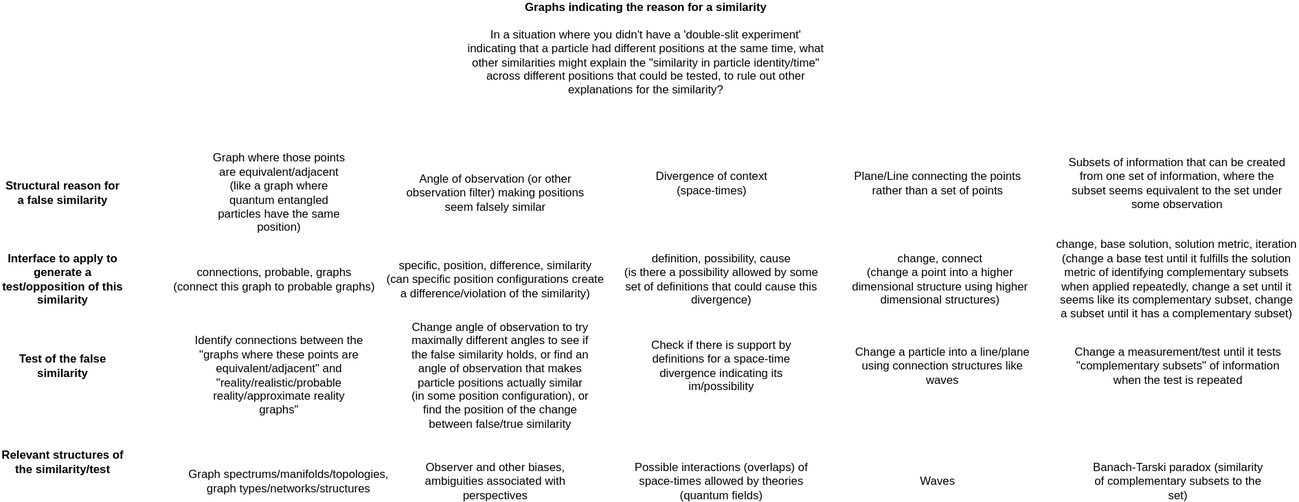
Above: docs/objects/cross_interface_graph_example.drawio.svg in outdreamer/build-a-cure (draw.io), before the change. Source tidied: cells renumbered, new cells last; positions are measured from the earlier drawing's top-left corner, leaving out a move shared by most shapes.
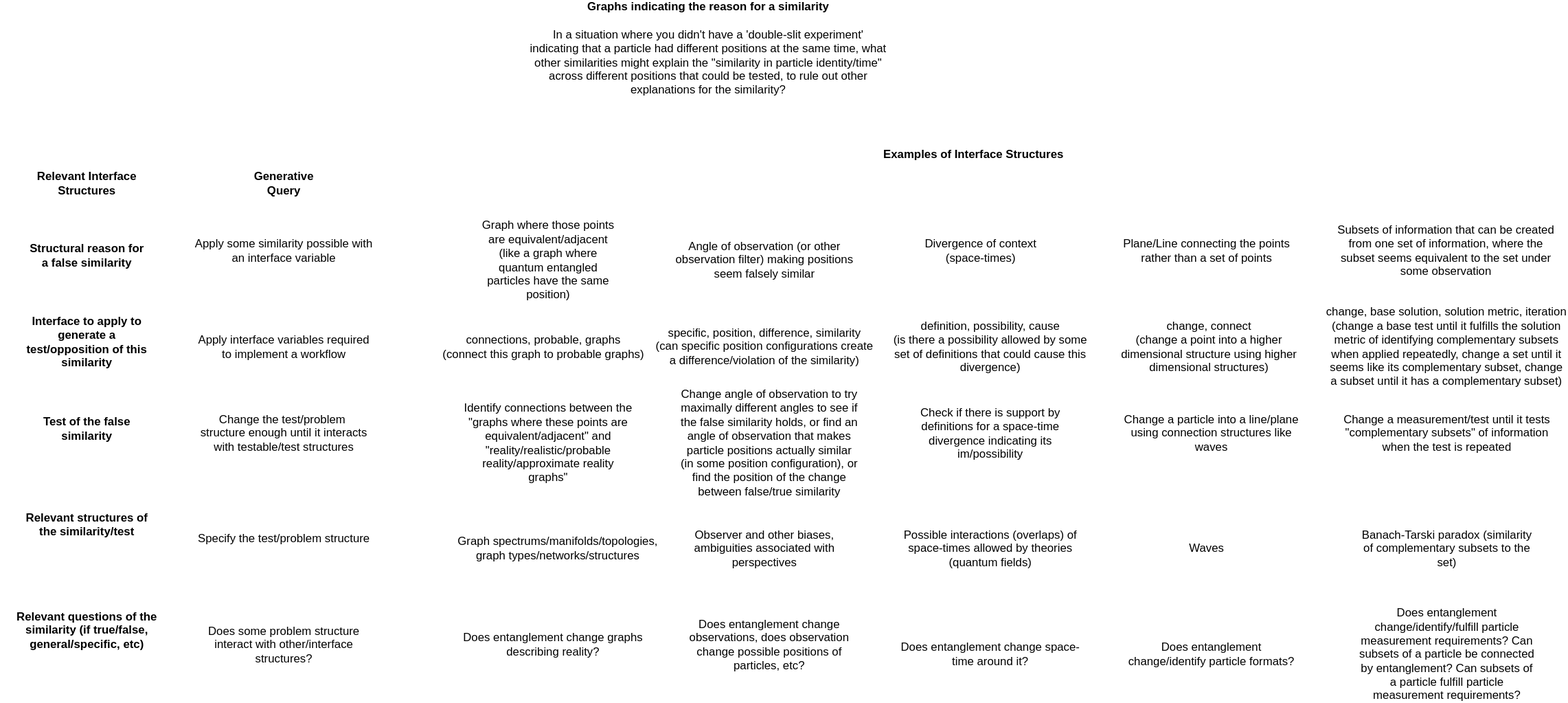
Later version of the same file.

The edit, as a diff of the source:
```diff
@@ -3,7 +3,7 @@
     <mxCell id="0" />
     <mxCell id="1" parent="0" />
     <mxCell id="2" value="&lt;b&gt;Graphs indicating the reason for a similarity&lt;br&gt;&lt;/b&gt;&lt;br&gt;In a situation where you didn't have a 'double-slit experiment' indicating that a particle had different positions at the same time, what other similarities might explain the &quot;similarity in particle identity/time&quot; across different positions that could be tested, to rule out other explanations for the similarity?" style="text;html=1;strokeColor=none;fillColor=none;align=center;verticalAlign=middle;whiteSpace=wrap;rounded=0;" parent="1" vertex="1">
-      <mxGeometry x="483" width="377" height="30" as="geometry" />
+      <mxGeometry x="268" y="-70" width="377" height="30" as="geometry" />
     </mxCell>
     <mxCell id="3" value="Angle of observation (or other observation filter) making positions seem falsely similar" style="text;html=1;strokeColor=none;fillColor=none;align=center;verticalAlign=middle;whiteSpace=wrap;rounded=0;" parent="1" vertex="1">
       <mxGeometry x="420" y="150" width="190" height="30" as="geometry" />
@@ -18,10 +18,10 @@
       <mxGeometry x="1108.8" y="140" width="230" height="30" as="geometry" />
     </mxCell>
     <mxCell id="7" value="&lt;b&gt;Structural reason for a false similarity&lt;/b&gt;" style="text;html=1;strokeColor=none;fillColor=none;align=center;verticalAlign=middle;whiteSpace=wrap;rounded=0;" parent="1" vertex="1">
-      <mxGeometry y="150" width="130" height="30" as="geometry" />
+      <mxGeometry x="-255" y="145" width="130" height="30" as="geometry" />
     </mxCell>
     <mxCell id="8" value="&lt;b&gt;Test of the false similarity&lt;/b&gt;" style="text;html=1;strokeColor=none;fillColor=none;align=center;verticalAlign=middle;whiteSpace=wrap;rounded=0;" parent="1" vertex="1">
-      <mxGeometry y="330" width="130" height="30" as="geometry" />
+      <mxGeometry x="-255" y="325" width="130" height="30" as="geometry" />
     </mxCell>
     <mxCell id="9" value="Change angle of observation to try maximally different angles to see if the false similarity holds, or find an angle of observation that makes particle positions actually similar (in some position configuration), or find the position of the change between false/true similarity" style="text;html=1;strokeColor=none;fillColor=none;align=center;verticalAlign=middle;whiteSpace=wrap;rounded=0;" parent="1" vertex="1">
       <mxGeometry x="425" y="340" width="190" height="30" as="geometry" />
@@ -42,7 +42,7 @@
       <mxGeometry x="200" y="340" width="180" height="30" as="geometry" />
     </mxCell>
     <mxCell id="15" value="&lt;b&gt;Interface to apply to generate a test/opposition of this similarity&lt;/b&gt;" style="text;html=1;strokeColor=none;fillColor=none;align=center;verticalAlign=middle;whiteSpace=wrap;rounded=0;" parent="1" vertex="1">
-      <mxGeometry y="240" width="130" height="30" as="geometry" />
+      <mxGeometry x="-255" y="235" width="130" height="30" as="geometry" />
     </mxCell>
     <mxCell id="16" value="connections, probable, graphs&lt;br&gt;(connect this graph to probable graphs)" style="text;html=1;strokeColor=none;fillColor=none;align=center;verticalAlign=middle;whiteSpace=wrap;rounded=0;" parent="1" vertex="1">
       <mxGeometry x="170" y="240" width="230" height="30" as="geometry" />
@@ -60,7 +60,7 @@
       <mxGeometry x="1097.5" y="240" width="252.5" height="30" as="geometry" />
     </mxCell>
     <mxCell id="21" value="&lt;b&gt;Relevant structures of the similarity/test&lt;/b&gt;" style="text;html=1;strokeColor=none;fillColor=none;align=center;verticalAlign=middle;whiteSpace=wrap;rounded=0;" parent="1" vertex="1">
-      <mxGeometry y="430" width="130" height="30" as="geometry" />
+      <mxGeometry x="-255" y="425" width="130" height="30" as="geometry" />
     </mxCell>
     <mxCell id="22" value="Waves" style="text;html=1;strokeColor=none;fillColor=none;align=center;verticalAlign=middle;whiteSpace=wrap;rounded=0;" parent="1" vertex="1">
       <mxGeometry x="880" y="450" width="190" height="30" as="geometry" />
@@ -77,5 +77,47 @@
     <mxCell id="26" value="Graph spectrums/manifolds/topologies,&lt;br&gt;graph types/networks/structures" style="text;html=1;strokeColor=none;fillColor=none;align=center;verticalAlign=middle;whiteSpace=wrap;rounded=0;" parent="1" vertex="1">
       <mxGeometry x="190" y="450" width="220" height="30" as="geometry" />
     </mxCell>
+    <mxCell id="27" value="&lt;b&gt;Relevant questions of the similarity (if true/false, general/specific, etc)&lt;/b&gt;" style="text;html=1;strokeColor=none;fillColor=none;align=center;verticalAlign=middle;whiteSpace=wrap;rounded=0;" parent="1" vertex="1">
+      <mxGeometry x="-280" y="535" width="180" height="30" as="geometry" />
+    </mxCell>
+    <mxCell id="28" value="Does entanglement change space-time around it?" style="text;html=1;strokeColor=none;fillColor=none;align=center;verticalAlign=middle;whiteSpace=wrap;rounded=0;" parent="1" vertex="1">
+      <mxGeometry x="655" y="560" width="190" height="30" as="geometry" />
+    </mxCell>
+    <mxCell id="29" value="Does entanglement change graphs describing reality?" style="text;html=1;strokeColor=none;fillColor=none;align=center;verticalAlign=middle;whiteSpace=wrap;rounded=0;" parent="1" vertex="1">
+      <mxGeometry x="200" y="550" width="190" height="30" as="geometry" />
+    </mxCell>
+    <mxCell id="30" value="Does entanglement change observations, does observation change possible positions of particles, etc?" style="text;html=1;strokeColor=none;fillColor=none;align=center;verticalAlign=middle;whiteSpace=wrap;rounded=0;" parent="1" vertex="1">
+      <mxGeometry x="425" y="550" width="190" height="30" as="geometry" />
+    </mxCell>
+    <mxCell id="31" value="Does entanglement change/identify particle formats?" style="text;html=1;strokeColor=none;fillColor=none;align=center;verticalAlign=middle;whiteSpace=wrap;rounded=0;" parent="1" vertex="1">
+      <mxGeometry x="885" y="560" width="190" height="30" as="geometry" />
+    </mxCell>
+    <mxCell id="32" value="Does entanglement change/identify/fulfill particle measurement requirements? Can subsets of a particle be connected by entanglement? Can subsets of a particle fulfill particle measurement requirements?" style="text;html=1;strokeColor=none;fillColor=none;align=center;verticalAlign=middle;whiteSpace=wrap;rounded=0;" parent="1" vertex="1">
+      <mxGeometry x="1130" y="560" width="190" height="30" as="geometry" />
+    </mxCell>
+    <mxCell id="33" value="Does some problem structure interact with other/interface structures?" style="text;html=1;strokeColor=none;fillColor=none;align=center;verticalAlign=middle;whiteSpace=wrap;rounded=0;" parent="1" vertex="1">
+      <mxGeometry x="-80" y="550" width="190" height="30" as="geometry" />
+    </mxCell>
+    <mxCell id="34" value="Change the test/problem&amp;nbsp;&lt;br&gt;structure enough until it interacts with testable/test structures" style="text;html=1;strokeColor=none;fillColor=none;align=center;verticalAlign=middle;whiteSpace=wrap;rounded=0;" parent="1" vertex="1">
+      <mxGeometry x="-80" y="330" width="190" height="30" as="geometry" />
+    </mxCell>
+    <mxCell id="35" value="Generative Query" style="text;html=1;strokeColor=none;fillColor=none;align=center;verticalAlign=middle;whiteSpace=wrap;rounded=0;fontStyle=1;" parent="1" vertex="1">
+      <mxGeometry x="-15" y="70" width="60" height="30" as="geometry" />
+    </mxCell>
+    <mxCell id="36" value="Specify the test/problem structure" style="text;html=1;strokeColor=none;fillColor=none;align=center;verticalAlign=middle;whiteSpace=wrap;rounded=0;" parent="1" vertex="1">
+      <mxGeometry x="-80" y="440" width="190" height="30" as="geometry" />
+    </mxCell>
+    <mxCell id="37" value="Apply some similarity possible with an interface variable" style="text;html=1;strokeColor=none;fillColor=none;align=center;verticalAlign=middle;whiteSpace=wrap;rounded=0;" parent="1" vertex="1">
+      <mxGeometry x="-80" y="140" width="190" height="30" as="geometry" />
+    </mxCell>
+    <mxCell id="38" value="Apply interface variables required to implement a workflow" style="text;html=1;strokeColor=none;fillColor=none;align=center;verticalAlign=middle;whiteSpace=wrap;rounded=0;" parent="1" vertex="1">
+      <mxGeometry x="-80" y="240" width="190" height="30" as="geometry" />
+    </mxCell>
+    <mxCell id="39" value="Relevant Interface Structures" style="text;html=1;strokeColor=none;fillColor=none;align=center;verticalAlign=middle;whiteSpace=wrap;rounded=0;fontStyle=1;" parent="1" vertex="1">
+      <mxGeometry x="-255" y="70" width="130" height="30" as="geometry" />
+    </mxCell>
+    <mxCell id="40" value="Examples of Interface Structures" style="text;html=1;strokeColor=none;fillColor=none;align=center;verticalAlign=middle;whiteSpace=wrap;rounded=0;fontStyle=1;" parent="1" vertex="1">
+      <mxGeometry x="610" y="40" width="245" height="30" as="geometry" />
+    </mxCell>
   </root>
 </mxGraphModel>
```
